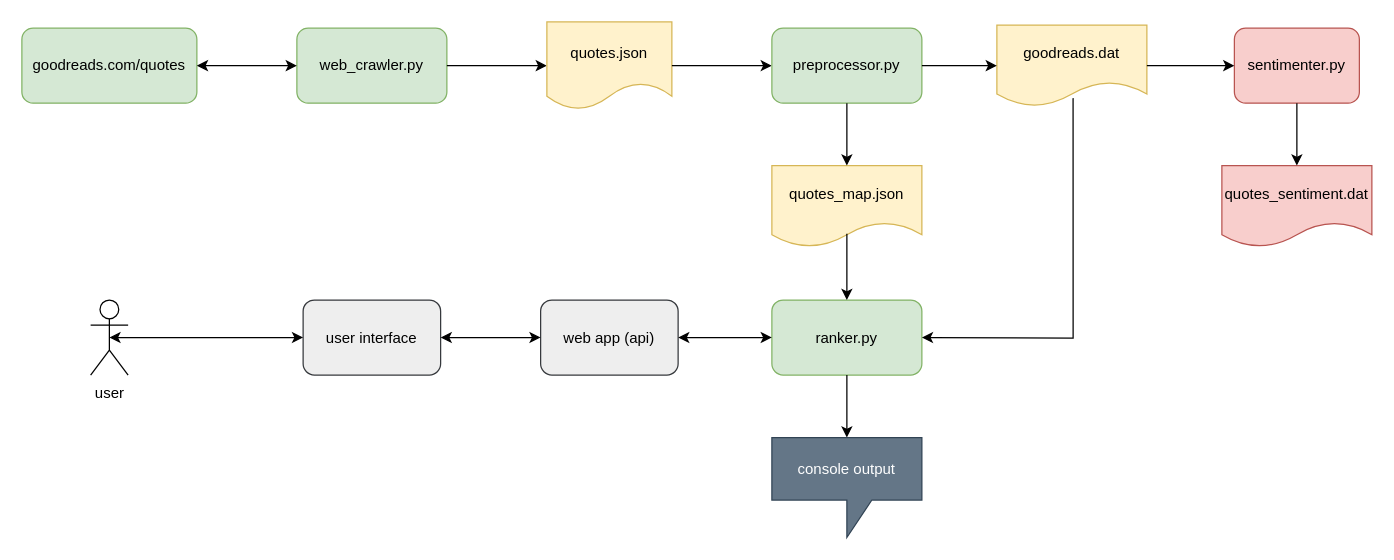
Above: quote-finder-architecture.drawio in willtsai/quote-finder (draw.io), before the change. Source tidied: cells renumbered, new cells numbered last; positions are measured from the earlier drawing's top-left corner, leaving out a move shared by most shapes. Both pictures are drawn from the tidied source at 125%, with x=0, y=0 at pixel (21, 21).
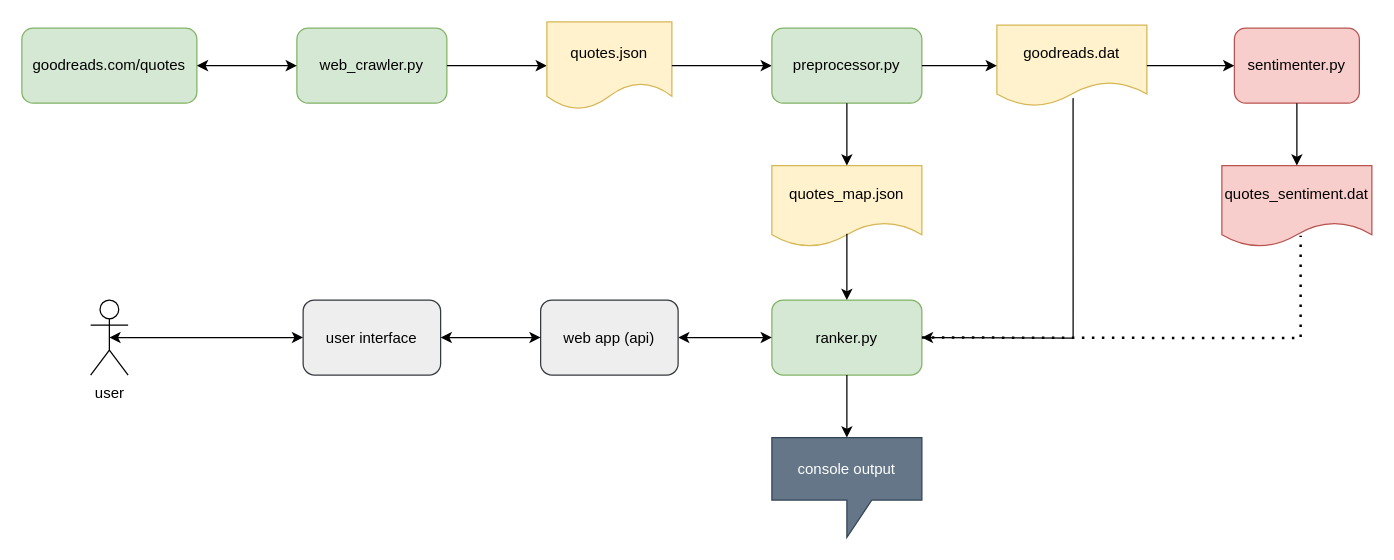
The same diagram, later.

Unchanged cells that the change refers to:
```xml
<mxCell id="9" value="quotes_sentiment.dat" style="shape=document;whiteSpace=wrap;html=1;boundedLbl=1;fillColor=#f8cecc;strokeColor=#b85450;" parent="1" vertex="1">
  <mxGeometry x="960" y="115" width="120" height="65" as="geometry" />
</mxCell>
<mxCell id="16" value="ranker.py" style="rounded=1;whiteSpace=wrap;html=1;fillColor=#d5e8d4;strokeColor=#82b366;" parent="1" vertex="1">
  <mxGeometry x="600" y="222.5" width="120" height="60" as="geometry" />
</mxCell>
```

What changed in the source:
```diff
@@
+    <mxCell id="28" style="endArrow=none;dashed=1;html=1;dashPattern=1 3;strokeWidth=2;rounded=0;entryX=0.525;entryY=0.862;entryDx=0;entryDy=0;entryPerimeter=0;exitX=1;exitY=0.5;exitDx=0;exitDy=0;" parent="1" edge="1" source="16" target="9">
+      <mxGeometry relative="1" as="geometry">
+        <Array as="points">
+          <mxPoint x="1023" y="253" />
+        </Array>
+      </mxGeometry>
+    </mxCell>
```
